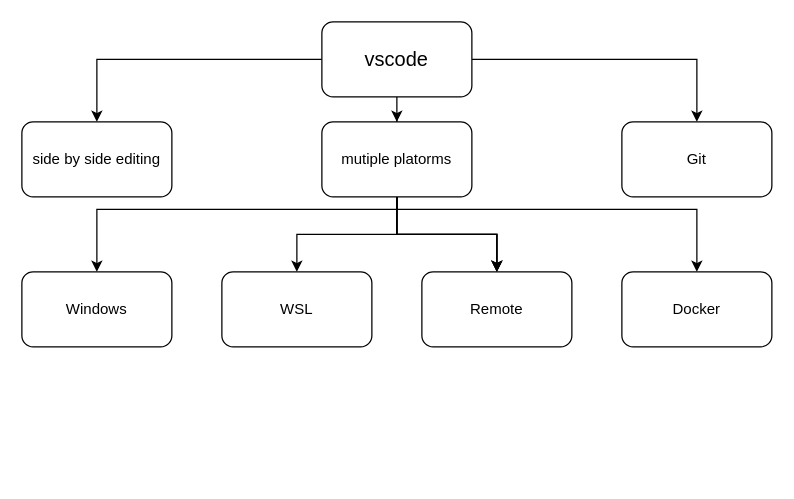
Earlier version of the draw.io diagram page "vscode" (4 of 6) of Fig_CS/Figure-Factory.drawio (jizhang02/Figure-Factory). Source tidied: cells renumbered, new cells numbered last; positions are measured from the earlier drawing's top-left corner, leaving out a move shared by most shapes. Both pictures are drawn from the tidied source at 125%, with x=0, y=0 at pixel (21, 21).
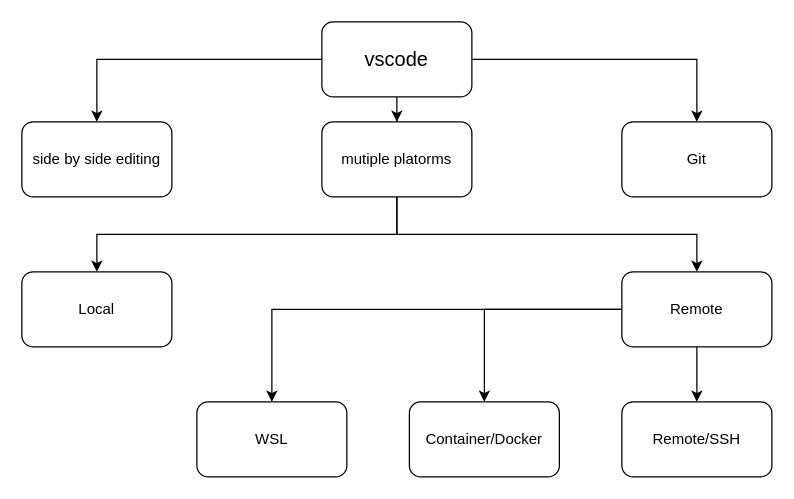
The same diagram, later.

Unchanged cells that the change refers to:
```xml
<mxCell id="13" value="mutiple platorms" style="rounded=1;whiteSpace=wrap;html=1;" parent="1" vertex="1">
  <mxGeometry x="240" y="80" width="120" height="60" as="geometry" />
</mxCell>
```

Diff of the diagram source:
```diff
@@
     <mxCell id="7" style="edgeStyle=orthogonalEdgeStyle;rounded=0;jettySize=auto;html=1;" parent="1" edge="1" source="13" target="15">
       <mxGeometry relative="1" as="geometry">
         <Array as="points">
-          <mxPoint x="300" y="150" />
-          <mxPoint x="60" y="150" />
+          <mxPoint x="300" y="170" />
+          <mxPoint x="60" y="170" />
         </Array>
       </mxGeometry>
     </mxCell>
-    <mxCell id="8" style="edgeStyle=orthogonalEdgeStyle;rounded=0;jettySize=auto;html=1;" parent="1" edge="1" source="13" target="16">
-      <mxGeometry relative="1" as="geometry" />
-    </mxCell>
-    <mxCell id="9" style="edgeStyle=orthogonalEdgeStyle;rounded=0;jettySize=auto;html=1;" parent="1" edge="1" source="13" target="17">
-      <mxGeometry relative="1" as="geometry" />
-    </mxCell>
-    <mxCell id="10" style="edgeStyle=orthogonalEdgeStyle;rounded=0;jettySize=auto;html=1;" parent="1" edge="1" source="13" target="17">
-      <mxGeometry relative="1" as="geometry" />
-    </mxCell>
     <mxCell id="11" style="edgeStyle=orthogonalEdgeStyle;rounded=0;jettySize=auto;html=1;" parent="1" edge="1" source="13" target="17">
-      <mxGeometry relative="1" as="geometry" />
+      <mxGeometry relative="1" as="geometry">
+        <Array as="points">
+          <mxPoint x="300" y="170" />
+          <mxPoint x="540" y="170" />
+        </Array>
+      </mxGeometry>
     </mxCell>
-    <mxCell id="12" style="edgeStyle=orthogonalEdgeStyle;rounded=0;jettySize=auto;html=1;" parent="1" edge="1" source="13" target="18">
-      <mxGeometry relative="1" as="geometry">
-        <Array as="points">
-          <mxPoint x="300" y="150" />
-          <mxPoint x="540" y="150" />
-        </Array>
-      </mxGeometry>
-    </mxCell>
@@
-    <mxCell id="15" value="Windows" style="rounded=1;whiteSpace=wrap;html=1;" parent="1" vertex="1">
+    <mxCell id="15" value="Local" style="rounded=1;whiteSpace=wrap;html=1;" parent="1" vertex="1">
       <mxGeometry y="200" width="120" height="60" as="geometry" />
     </mxCell>
     <mxCell id="16" value="WSL" style="rounded=1;whiteSpace=wrap;html=1;" parent="1" vertex="1">
-      <mxGeometry x="160" y="200" width="120" height="60" as="geometry" />
+      <mxGeometry x="140" y="304" width="120" height="60" as="geometry" />
     </mxCell>
+    <mxCell id="19" style="edgeStyle=orthogonalEdgeStyle;rounded=0;jettySize=auto;html=1;" parent="1" edge="1" source="17" target="18">
+      <mxGeometry relative="1" as="geometry" />
+    </mxCell>
+    <mxCell id="20" style="edgeStyle=orthogonalEdgeStyle;rounded=0;jettySize=auto;html=1;entryX=0.5;entryY=0;entryDx=0;entryDy=0;" parent="1" edge="1" source="17" target="16">
+      <mxGeometry relative="1" as="geometry" />
+    </mxCell>
+    <mxCell id="21" style="edgeStyle=orthogonalEdgeStyle;rounded=0;jettySize=auto;html=1;entryX=0.5;entryY=0;entryDx=0;entryDy=0;" parent="1" edge="1" source="17" target="22">
+      <mxGeometry relative="1" as="geometry" />
+    </mxCell>
     <mxCell id="17" value="Remote" style="rounded=1;whiteSpace=wrap;html=1;" parent="1" vertex="1">
-      <mxGeometry x="320" y="200" width="120" height="60" as="geometry" />
+      <mxGeometry x="480" y="200" width="120" height="60" as="geometry" />
     </mxCell>
-    <mxCell id="18" value="Docker" style="rounded=1;whiteSpace=wrap;html=1;" parent="1" vertex="1">
-      <mxGeometry x="480" y="200" width="120" height="60" as="geometry" />
+    <mxCell id="18" value="Container/Docker" style="rounded=1;whiteSpace=wrap;html=1;" parent="1" vertex="1">
+      <mxGeometry x="310" y="304" width="120" height="60" as="geometry" />
     </mxCell>
+    <mxCell id="22" value="Remote/SSH" style="rounded=1;whiteSpace=wrap;html=1;" parent="1" vertex="1">
+      <mxGeometry x="480" y="304" width="120" height="60" as="geometry" />
+    </mxCell>
```
